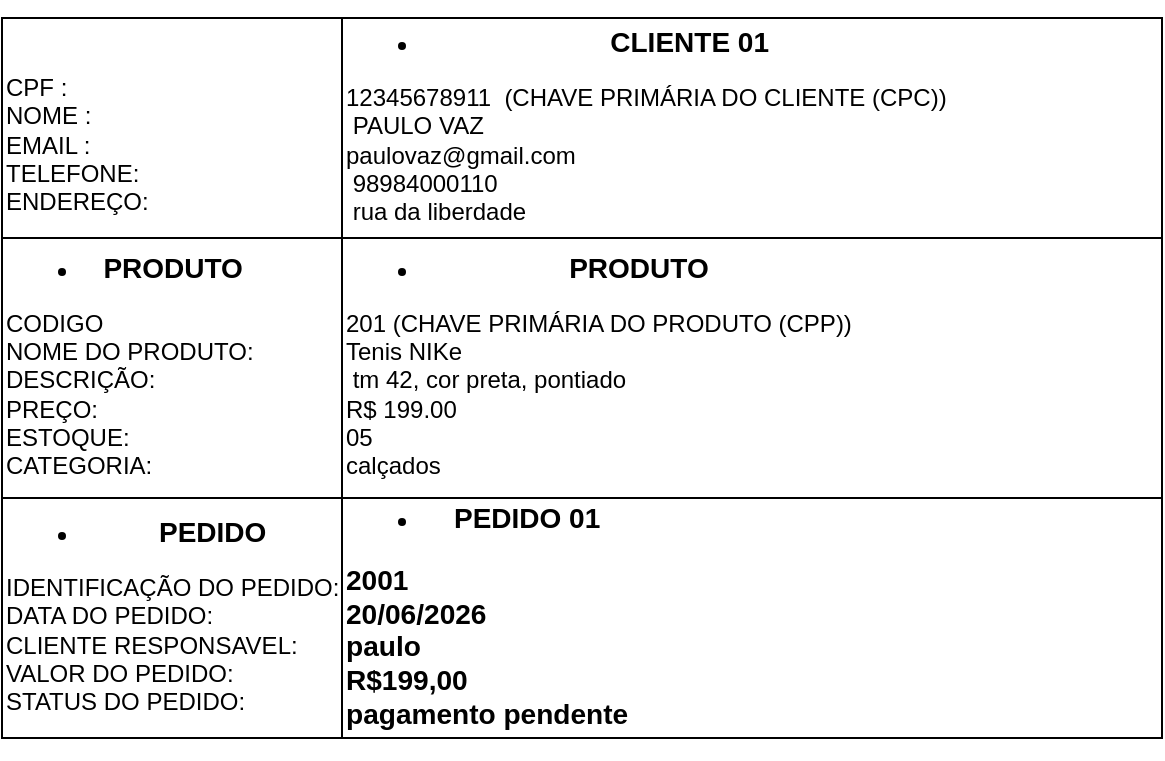
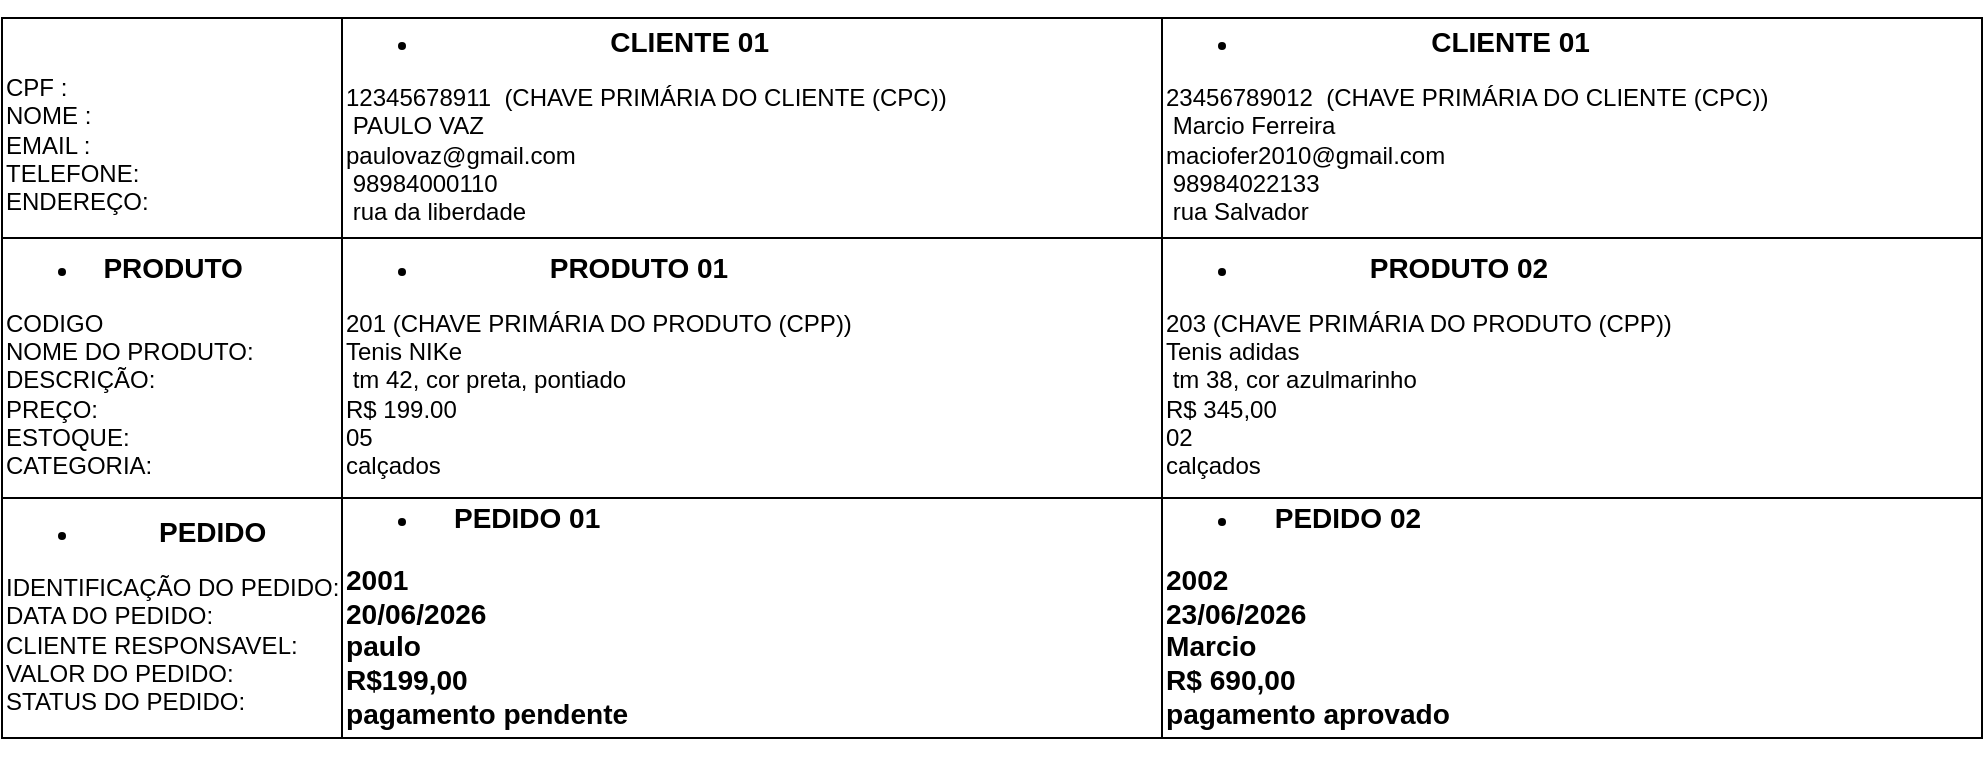
<mxfile host="app.diagrams.net">
  <diagram name="Página-1" id="dW-bwo-D_kfM4ZnOfWqB">
-     <mxGraphModel dx="1907" dy="1022" grid="1" gridSize="10" guides="1" tooltips="1" connect="1" arrows="1" fold="1" page="1" pageScale="1" pageWidth="827" pageHeight="1169" math="0" shadow="0">
+     <mxGraphModel dx="1748" dy="937" grid="1" gridSize="10" guides="1" tooltips="1" connect="1" arrows="1" fold="1" page="1" pageScale="1" pageWidth="827" pageHeight="1169" math="0" shadow="0">
      <root>
        <mxCell id="0" />
        <mxCell id="1" parent="0" />
        <mxCell id="IifLtvlI1enpJyz-F0hN-1" parent="1" style="rounded=0;whiteSpace=wrap;html=1;align=left;" value="&lt;div style=&quot;text-align: center;&quot;&gt;&lt;ul&gt;&lt;li&gt;&lt;span style=&quot;background-color: transparent; color: light-dark(rgb(0, 0, 0), rgb(255, 255, 255));&quot;&gt;&lt;b&gt;&lt;font style=&quot;font-size: 14px;&quot;&gt;CLIENTE 01&lt;/font&gt;&lt;/b&gt;&lt;/span&gt;&lt;/li&gt;&lt;/ul&gt;&lt;/div&gt;&lt;div style=&quot;&quot;&gt;12345678911&amp;nbsp; (CHAVE PRIMÁRIA DO CLIENTE (CPC))&amp;nbsp;&lt;/div&gt;&lt;div style=&quot;&quot;&gt;&amp;nbsp;&lt;span style=&quot;background-color: transparent; color: light-dark(rgb(0, 0, 0), rgb(255, 255, 255));&quot;&gt;PAULO VAZ&lt;/span&gt;&lt;/div&gt;&lt;div style=&quot;&quot;&gt;paulovaz@gmail.com&lt;/div&gt;&lt;div style=&quot;&quot;&gt;&amp;nbsp;98984000110&lt;/div&gt;&lt;div style=&quot;&quot;&gt;&amp;nbsp;rua da liberdade&lt;/div&gt;&lt;div style=&quot;&quot;&gt;&lt;br&gt;&lt;/div&gt;" vertex="1">
          <mxGeometry height="110" width="410" x="180" y="80" as="geometry" />
        </mxCell>
-         <mxCell id="IifLtvlI1enpJyz-F0hN-2" parent="1" style="rounded=0;whiteSpace=wrap;html=1;align=left;" value="&lt;div style=&quot;text-align: center;&quot;&gt;&lt;ul&gt;&lt;li&gt;&lt;b&gt;&lt;font style=&quot;font-size: 14px;&quot;&gt;PRODUTO&lt;/font&gt;&lt;/b&gt;&lt;/li&gt;&lt;/ul&gt;&lt;/div&gt;&lt;div style=&quot;&quot;&gt;201 (CHAVE PRIMÁRIA DO PRODUTO (CPP))&lt;/div&gt;&lt;div style=&quot;&quot;&gt;Tenis NIKe&lt;/div&gt;&lt;div style=&quot;&quot;&gt;&amp;nbsp;tm 42, cor preta, pontiado&lt;/div&gt;&lt;div style=&quot;&quot;&gt;&lt;span style=&quot;background-color: transparent; color: light-dark(rgb(0, 0, 0), rgb(255, 255, 255));&quot;&gt;R$ 199.00&lt;/span&gt;&lt;/div&gt;&lt;div style=&quot;&quot;&gt;05&lt;/div&gt;&lt;div style=&quot;&quot;&gt;calçados&lt;/div&gt;&lt;div style=&quot;&quot;&gt;&lt;br&gt;&lt;/div&gt;" vertex="1">
+         <mxCell id="IifLtvlI1enpJyz-F0hN-2" parent="1" style="rounded=0;whiteSpace=wrap;html=1;align=left;" value="&lt;div style=&quot;text-align: center;&quot;&gt;&lt;ul&gt;&lt;li&gt;&lt;b&gt;&lt;font style=&quot;font-size: 14px;&quot;&gt;PRODUTO 01&lt;/font&gt;&lt;/b&gt;&lt;/li&gt;&lt;/ul&gt;&lt;/div&gt;&lt;div style=&quot;&quot;&gt;201 (CHAVE PRIMÁRIA DO PRODUTO (CPP))&lt;/div&gt;&lt;div style=&quot;&quot;&gt;Tenis NIKe&lt;/div&gt;&lt;div style=&quot;&quot;&gt;&amp;nbsp;tm 42, cor preta, pontiado&lt;/div&gt;&lt;div style=&quot;&quot;&gt;&lt;span style=&quot;background-color: transparent; color: light-dark(rgb(0, 0, 0), rgb(255, 255, 255));&quot;&gt;R$ 199.00&lt;/span&gt;&lt;/div&gt;&lt;div style=&quot;&quot;&gt;05&lt;/div&gt;&lt;div style=&quot;&quot;&gt;calçados&lt;/div&gt;&lt;div style=&quot;&quot;&gt;&lt;br&gt;&lt;/div&gt;" vertex="1">
          <mxGeometry height="130" width="410" x="180" y="190" as="geometry" />
        </mxCell>
        <mxCell id="IifLtvlI1enpJyz-F0hN-3" parent="1" style="rounded=0;whiteSpace=wrap;html=1;align=left;" value="&lt;div style=&quot;text-align: center;&quot;&gt;&lt;ul&gt;&lt;li&gt;&lt;b&gt;&lt;font style=&quot;font-size: 14px;&quot;&gt;PEDIDO 01&lt;/font&gt;&lt;/b&gt;&lt;/li&gt;&lt;/ul&gt;&lt;/div&gt;&lt;h3 style=&quot;&quot;&gt;2001&lt;br&gt;20/06/2026&lt;br&gt;paulo&lt;br&gt;R$199,00&lt;br&gt;pagamento pendente&lt;/h3&gt;" vertex="1">
          <mxGeometry height="120" width="410" x="180" y="320" as="geometry" />
        </mxCell>
        <mxCell id="IifLtvlI1enpJyz-F0hN-10" parent="1" style="rounded=0;whiteSpace=wrap;html=1;align=left;" value="&lt;div style=&quot;text-align: center;&quot;&gt;&lt;div&gt;&lt;span style=&quot;font-size: 14px;&quot;&gt;&lt;b&gt;&lt;br&gt;&lt;/b&gt;&lt;/span&gt;&lt;/div&gt;&lt;/div&gt;&lt;div style=&quot;&quot;&gt;CPF :&amp;nbsp;&lt;/div&gt;&lt;div style=&quot;&quot;&gt;NOME :&amp;nbsp;&amp;nbsp;&lt;/div&gt;&lt;div style=&quot;&quot;&gt;EMAIL :&amp;nbsp;&lt;/div&gt;&lt;div style=&quot;&quot;&gt;TELEFONE:&lt;/div&gt;&lt;div style=&quot;&quot;&gt;ENDEREÇO:&amp;nbsp;&lt;/div&gt;" vertex="1">
          <mxGeometry height="110" width="170" x="10" y="80" as="geometry" />
        </mxCell>
        <mxCell id="IifLtvlI1enpJyz-F0hN-12" parent="1" style="rounded=0;whiteSpace=wrap;html=1;align=left;" value="&lt;div style=&quot;text-align: center;&quot;&gt;&lt;ul&gt;&lt;li&gt;&lt;b&gt;&lt;font style=&quot;font-size: 14px;&quot;&gt;PEDIDO&lt;/font&gt;&lt;/b&gt;&lt;/li&gt;&lt;/ul&gt;&lt;/div&gt;&lt;div style=&quot;&quot;&gt;IDENTIFICAÇÃO DO PEDIDO:&lt;/div&gt;&lt;div style=&quot;&quot;&gt;DATA DO PEDIDO:&lt;/div&gt;&lt;div style=&quot;&quot;&gt;CLIENTE RESPONSAVEL:&amp;nbsp;&lt;/div&gt;&lt;div style=&quot;&quot;&gt;VALOR DO PEDIDO:&lt;/div&gt;&lt;div style=&quot;&quot;&gt;STATUS DO PEDIDO:&lt;/div&gt;&lt;div style=&quot;&quot;&gt;&lt;br&gt;&lt;/div&gt;" vertex="1">
          <mxGeometry height="120" width="170" x="10" y="320" as="geometry" />
        </mxCell>
        <mxCell id="IifLtvlI1enpJyz-F0hN-21" parent="1" style="rounded=0;whiteSpace=wrap;html=1;align=left;" value="&lt;div style=&quot;text-align: center;&quot;&gt;&lt;ul&gt;&lt;li&gt;&lt;b&gt;&lt;font style=&quot;font-size: 14px;&quot;&gt;PRODUTO&lt;/font&gt;&lt;/b&gt;&lt;/li&gt;&lt;/ul&gt;&lt;/div&gt;&lt;div style=&quot;&quot;&gt;CODIGO&amp;nbsp;&lt;/div&gt;&lt;div style=&quot;&quot;&gt;NOME DO PRODUTO:&amp;nbsp;&lt;/div&gt;&lt;div style=&quot;&quot;&gt;DESCRIÇÃO:&amp;nbsp;&lt;/div&gt;&lt;div style=&quot;&quot;&gt;PREÇO:&amp;nbsp;&lt;/div&gt;&lt;div style=&quot;&quot;&gt;ESTOQUE:&amp;nbsp;&lt;/div&gt;&lt;div style=&quot;&quot;&gt;CATEGORIA:&amp;nbsp;&lt;/div&gt;&lt;div style=&quot;&quot;&gt;&lt;br&gt;&lt;/div&gt;" vertex="1">
          <mxGeometry height="130" width="170" x="10" y="190" as="geometry" />
        </mxCell>
+         <mxCell id="IifLtvlI1enpJyz-F0hN-24" parent="1" style="rounded=0;whiteSpace=wrap;html=1;align=left;" value="&lt;div style=&quot;text-align: center;&quot;&gt;&lt;ul&gt;&lt;li&gt;&lt;span style=&quot;background-color: transparent; color: light-dark(rgb(0, 0, 0), rgb(255, 255, 255));&quot;&gt;&lt;b&gt;&lt;font style=&quot;font-size: 14px;&quot;&gt;CLIENTE 01&lt;/font&gt;&lt;/b&gt;&lt;/span&gt;&lt;/li&gt;&lt;/ul&gt;&lt;/div&gt;&lt;div style=&quot;&quot;&gt;23456789012&amp;nbsp; (CHAVE PRIMÁRIA DO CLIENTE (CPC))&amp;nbsp;&lt;/div&gt;&lt;div style=&quot;&quot;&gt;&amp;nbsp;&lt;span style=&quot;background-color: transparent; color: light-dark(rgb(0, 0, 0), rgb(255, 255, 255));&quot;&gt;Marcio Ferreira&lt;/span&gt;&lt;/div&gt;&lt;div style=&quot;&quot;&gt;maciofer2010@gmail.com&lt;/div&gt;&lt;div style=&quot;&quot;&gt;&amp;nbsp;98984022133&lt;/div&gt;&lt;div style=&quot;&quot;&gt;&amp;nbsp;rua Salvador&lt;/div&gt;&lt;div style=&quot;&quot;&gt;&lt;br&gt;&lt;/div&gt;" vertex="1">
+           <mxGeometry height="110" width="410" x="590" y="80" as="geometry" />
+         </mxCell>
+         <mxCell id="IifLtvlI1enpJyz-F0hN-26" parent="1" style="rounded=0;whiteSpace=wrap;html=1;align=left;" value="&lt;div style=&quot;text-align: center;&quot;&gt;&lt;ul&gt;&lt;li&gt;&lt;b&gt;&lt;font style=&quot;font-size: 14px;&quot;&gt;PRODUTO 02&lt;/font&gt;&lt;/b&gt;&lt;/li&gt;&lt;/ul&gt;&lt;/div&gt;&lt;div style=&quot;&quot;&gt;203 (CHAVE PRIMÁRIA DO PRODUTO (CPP))&lt;/div&gt;&lt;div style=&quot;&quot;&gt;Tenis adidas&lt;/div&gt;&lt;div style=&quot;&quot;&gt;&amp;nbsp;tm 38, cor azulmarinho&lt;/div&gt;&lt;div style=&quot;&quot;&gt;&lt;span style=&quot;background-color: transparent; color: light-dark(rgb(0, 0, 0), rgb(255, 255, 255));&quot;&gt;R$ 345,00&lt;/span&gt;&lt;/div&gt;&lt;div style=&quot;&quot;&gt;02&lt;/div&gt;&lt;div style=&quot;&quot;&gt;calçados&lt;/div&gt;&lt;div style=&quot;&quot;&gt;&lt;br&gt;&lt;/div&gt;" vertex="1">
+           <mxGeometry height="130" width="410" x="590" y="190" as="geometry" />
+         </mxCell>
+         <mxCell id="IifLtvlI1enpJyz-F0hN-28" parent="1" style="rounded=0;whiteSpace=wrap;html=1;align=left;" value="&lt;div style=&quot;text-align: center;&quot;&gt;&lt;ul&gt;&lt;li&gt;&lt;b&gt;&lt;font style=&quot;font-size: 14px;&quot;&gt;PEDIDO 02&lt;/font&gt;&lt;/b&gt;&lt;/li&gt;&lt;/ul&gt;&lt;/div&gt;&lt;h3 style=&quot;&quot;&gt;2002&lt;br&gt;23/06/2026&lt;br&gt;Marcio&lt;br&gt;R$ 690,00&lt;br&gt;pagamento aprovado&lt;/h3&gt;" vertex="1">
+           <mxGeometry height="120" width="410" x="590" y="320" as="geometry" />
+         </mxCell>
      </root>
    </mxGraphModel>
  </diagram>
</mxfile>
